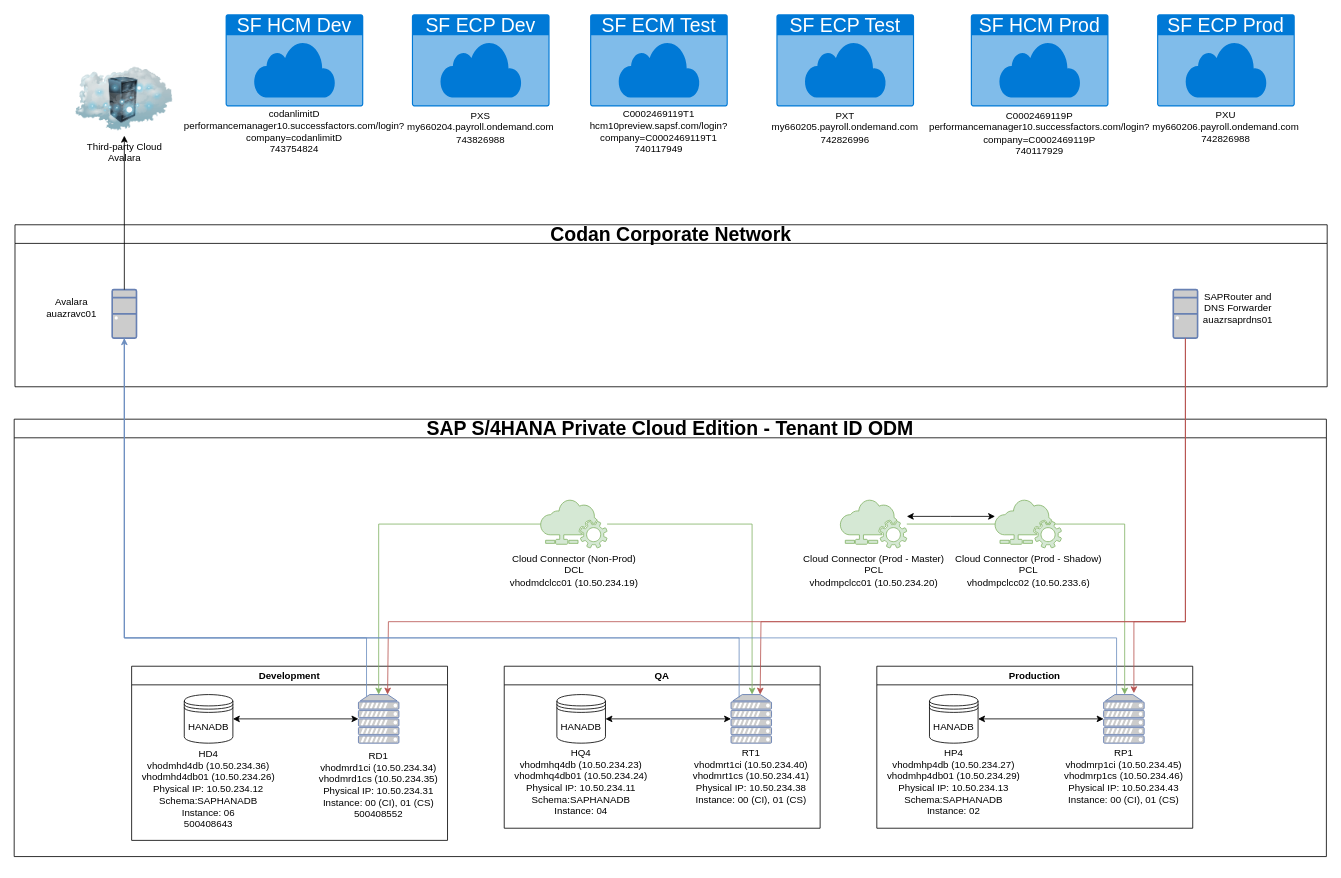
acookoz/themanmountain.github.io keeps this draw.io diagram as page "Page-2" (2 of 2) of Network Landscape.drawio. Above is the earlier version. Source tidied: cells renumbered, new cells numbered last; positions are measured from the earlier drawing's top-left corner, leaving out a move shared by most shapes. Both pictures are drawn from the tidied source at 81%, with x=0, y=0 at pixel (14, 14).
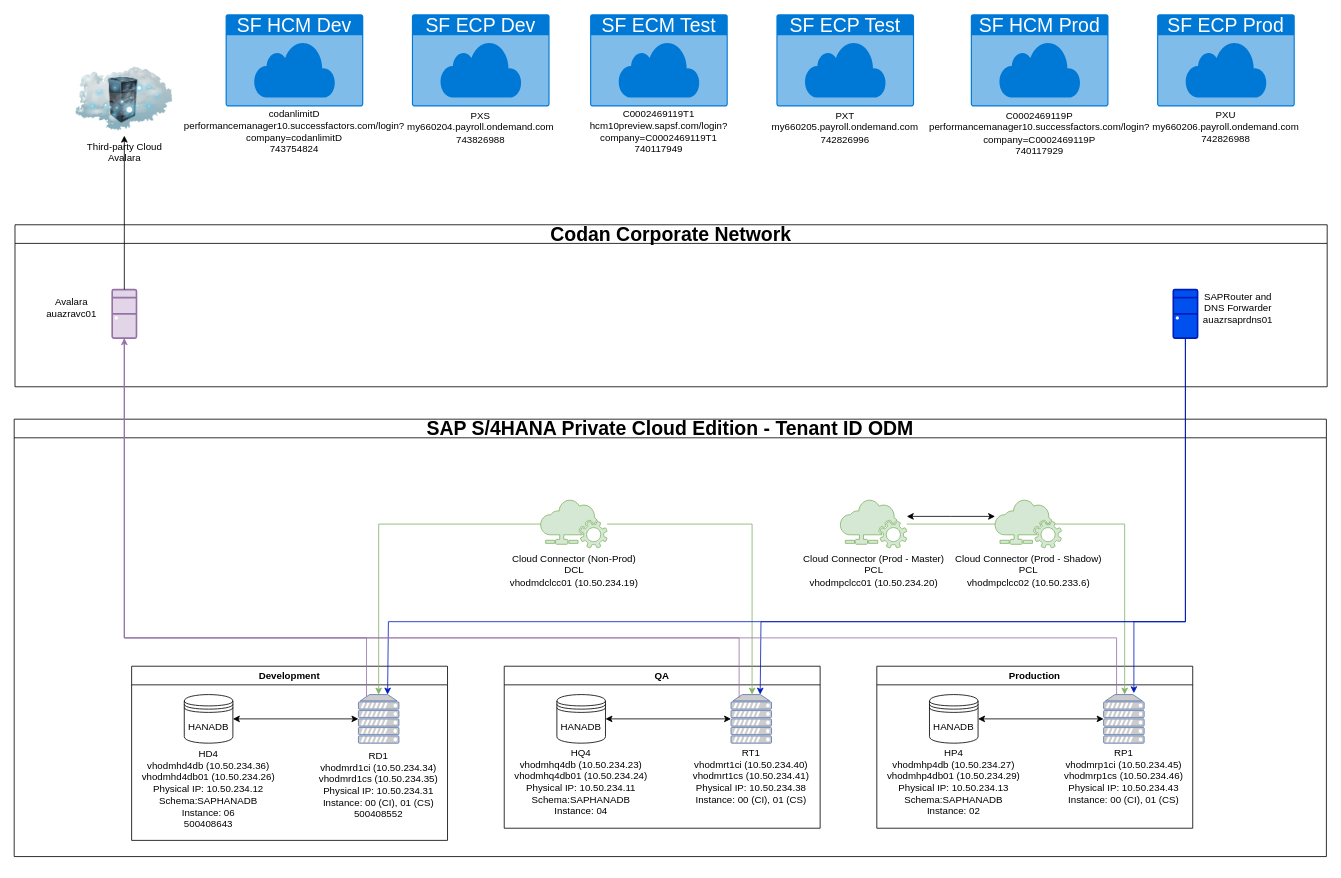
The same diagram, later.

The change refers to these unchanged cells:
```xml
<mxCell id="10" style="fontColor=#0066CC;verticalAlign=top;verticalLabelPosition=bottom;labelPosition=center;align=center;html=1;outlineConnect=0;fillColor=#CCCCCC;strokeColor=#6881B3;gradientColor=none;gradientDirection=north;strokeWidth=2;shape=mxgraph.networks.server;" parent="9" vertex="1">
  <mxGeometry x="80" width="50" height="60" as="geometry" />
</mxCell>
<mxCell id="19" style="fontColor=#0066CC;verticalAlign=top;verticalLabelPosition=bottom;labelPosition=center;align=center;html=1;outlineConnect=0;fillColor=#CCCCCC;strokeColor=#6881B3;gradientColor=none;gradientDirection=north;strokeWidth=2;shape=mxgraph.networks.server;" parent="13" vertex="1">
  <mxGeometry x="290" y="35" width="50" height="60" as="geometry" />
</mxCell>
<mxCell id="27" style="fontColor=#0066CC;verticalAlign=top;verticalLabelPosition=bottom;labelPosition=center;align=center;html=1;outlineConnect=0;fillColor=#CCCCCC;strokeColor=#6881B3;gradientColor=none;gradientDirection=north;strokeWidth=2;shape=mxgraph.networks.server;" parent="21" vertex="1">
  <mxGeometry x="290" y="35" width="50" height="60" as="geometry" />
</mxCell>
<mxCell id="36" value="&lt;font style=&quot;font-size: 24px;&quot;&gt;Codan Corporate Network&lt;/font&gt;" style="swimlane;whiteSpace=wrap;html=1;" parent="1" vertex="1">
  <mxGeometry x="1" y="260" width="1620" height="200" as="geometry" />
</mxCell>
```

Diff of the diagram source:
```diff
@@
-    <mxCell id="37" style="fontColor=#0066CC;verticalAlign=top;verticalLabelPosition=bottom;labelPosition=center;align=center;html=1;outlineConnect=0;fillColor=#CCCCCC;strokeColor=#6881B3;gradientColor=none;gradientDirection=north;strokeWidth=2;shape=mxgraph.networks.desktop_pc;" parent="36" vertex="1">
+    <mxCell id="37" style="verticalAlign=top;verticalLabelPosition=bottom;labelPosition=center;align=center;html=1;outlineConnect=0;fillColor=#e1d5e7;strokeColor=#9673a6;gradientDirection=north;strokeWidth=2;shape=mxgraph.networks.desktop_pc;" parent="36" vertex="1">
       <mxGeometry x="120" y="80" width="30" height="60" as="geometry" />
     </mxCell>
@@
-    <mxCell id="39" style="edgeStyle=orthogonalEdgeStyle;rounded=0;jettySize=auto;html=1;exitX=0;exitY=0.5;exitDx=0;exitDy=0;exitPerimeter=0;fillColor=#f8cecc;strokeColor=#b85450;" parent="36" edge="1" source="41">
+    <mxCell id="39" style="edgeStyle=orthogonalEdgeStyle;rounded=0;jettySize=auto;html=1;exitX=0;exitY=0.5;exitDx=0;exitDy=0;exitPerimeter=0;fillColor=#0050ef;strokeColor=#001DBC;" parent="36" edge="1" source="41">
       <mxGeometry relative="1" as="geometry">
         <mxPoint x="920" y="580" as="targetPoint" />
         <Array as="points">
           <mxPoint x="1445" y="110" />
           <mxPoint x="1445" y="490" />
           <mxPoint x="921" y="490" />
           <mxPoint x="921" y="580" />
         </Array>
       </mxGeometry>
     </mxCell>
-    <mxCell id="40" style="edgeStyle=orthogonalEdgeStyle;rounded=0;jettySize=auto;html=1;fillColor=#f8cecc;strokeColor=#b85450;" parent="36" edge="1" source="41">
+    <mxCell id="40" style="edgeStyle=orthogonalEdgeStyle;rounded=0;jettySize=auto;html=1;fillColor=#0050ef;strokeColor=#001DBC;" parent="36" edge="1" source="41">
       <mxGeometry relative="1" as="geometry">
         <mxPoint x="460" y="580" as="targetPoint" />
         <Array as="points">
           <mxPoint x="1445" y="490" />
           <mxPoint x="461" y="490" />
           <mxPoint x="461" y="580" />
         </Array>
       </mxGeometry>
     </mxCell>
-    <mxCell id="41" style="fontColor=#0066CC;verticalAlign=top;verticalLabelPosition=bottom;labelPosition=center;align=center;html=1;outlineConnect=0;fillColor=#CCCCCC;strokeColor=#6881B3;gradientColor=none;gradientDirection=north;strokeWidth=2;shape=mxgraph.networks.desktop_pc;" parent="36" vertex="1">
+    <mxCell id="41" style="fontColor=#ffffff;verticalAlign=top;verticalLabelPosition=bottom;labelPosition=center;align=center;html=1;outlineConnect=0;fillColor=#0050ef;strokeColor=#001DBC;gradientDirection=north;strokeWidth=2;shape=mxgraph.networks.desktop_pc;" parent="36" vertex="1">
       <mxGeometry x="1430" y="80" width="30" height="60" as="geometry" />
     </mxCell>
@@
-    <mxCell id="43" style="edgeStyle=orthogonalEdgeStyle;rounded=0;jettySize=auto;html=1;exitX=0.5;exitY=1;exitDx=0;exitDy=0;exitPerimeter=0;fillColor=#dae8fc;strokeColor=#6c8ebf;endArrow=none;endFill=0;" parent="1" edge="1" source="37" target="27">
+    <mxCell id="43" style="edgeStyle=orthogonalEdgeStyle;rounded=0;jettySize=auto;html=1;exitX=0.5;exitY=1;exitDx=0;exitDy=0;exitPerimeter=0;fillColor=#e1d5e7;strokeColor=#9673a6;endArrow=none;endFill=0;" parent="1" edge="1" source="37" target="27">
       <mxGeometry relative="1" as="geometry">
         <Array as="points">
           <mxPoint x="136" y="770" />
           <mxPoint x="1361" y="770" />
         </Array>
       </mxGeometry>
     </mxCell>
@@
-    <mxCell id="46" style="edgeStyle=orthogonalEdgeStyle;rounded=0;jettySize=auto;html=1;entryX=0.2;entryY=0.061;entryDx=0;entryDy=0;entryPerimeter=0;fillColor=#dae8fc;strokeColor=#6c8ebf;endArrow=none;endFill=0;" parent="1" edge="1" source="37" target="19">
+    <mxCell id="46" style="edgeStyle=orthogonalEdgeStyle;rounded=0;jettySize=auto;html=1;entryX=0.2;entryY=0.061;entryDx=0;entryDy=0;entryPerimeter=0;fillColor=#e1d5e7;strokeColor=#9673a6;endArrow=none;endFill=0;" parent="1" edge="1" source="37" target="19">
       <mxGeometry relative="1" as="geometry">
         <Array as="points">
           <mxPoint x="136" y="770" />
           <mxPoint x="895" y="770" />
         </Array>
       </mxGeometry>
     </mxCell>
-    <mxCell id="47" style="edgeStyle=orthogonalEdgeStyle;rounded=0;jettySize=auto;html=1;entryX=0.2;entryY=0.039;entryDx=0;entryDy=0;entryPerimeter=0;fillColor=#dae8fc;strokeColor=#6c8ebf;startArrow=classic;startFill=1;endArrow=none;endFill=0;" parent="1" edge="1" source="37" target="10">
+    <mxCell id="47" style="edgeStyle=orthogonalEdgeStyle;rounded=0;jettySize=auto;html=1;entryX=0.2;entryY=0.039;entryDx=0;entryDy=0;entryPerimeter=0;fillColor=#e1d5e7;strokeColor=#9673a6;startArrow=classic;startFill=1;endArrow=none;endFill=0;" parent="1" edge="1" source="37" target="10">
       <mxGeometry relative="1" as="geometry">
         <Array as="points">
           <mxPoint x="136" y="770" />
           <mxPoint x="435" y="770" />
         </Array>
       </mxGeometry>
     </mxCell>
-    <mxCell id="48" style="edgeStyle=orthogonalEdgeStyle;rounded=0;jettySize=auto;html=1;entryX=0.747;entryY=-0.028;entryDx=0;entryDy=0;entryPerimeter=0;fillColor=#f8cecc;strokeColor=#b85450;" parent="1" edge="1" source="41" target="27">
+    <mxCell id="48" style="edgeStyle=orthogonalEdgeStyle;rounded=0;jettySize=auto;html=1;entryX=0.747;entryY=-0.028;entryDx=0;entryDy=0;entryPerimeter=0;fillColor=#0050ef;strokeColor=#001DBC;" parent="1" edge="1" source="41" target="27">
       <mxGeometry relative="1" as="geometry">
         <Array as="points">
           <mxPoint x="1446" y="750" />
           <mxPoint x="1382" y="750" />
         </Array>
       </mxGeometry>
     </mxCell>
```
